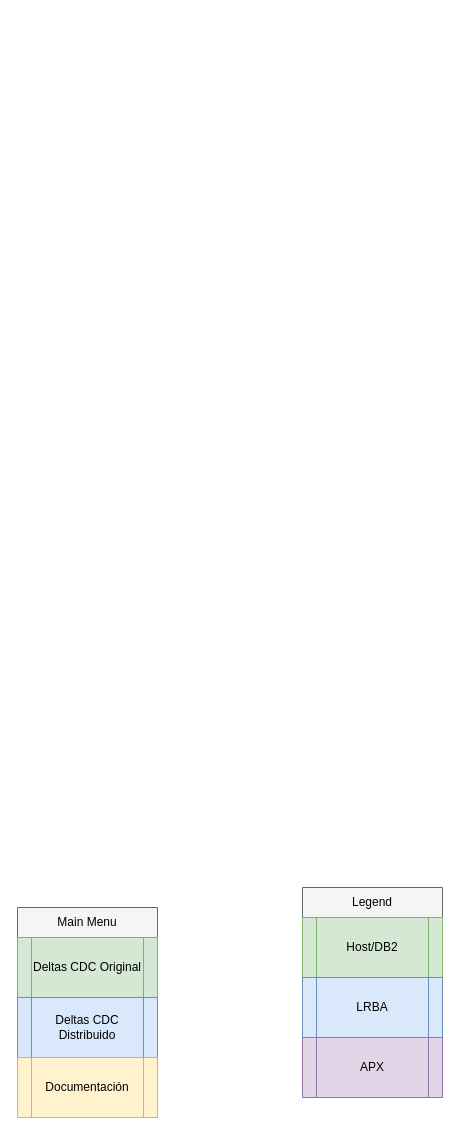
Before: page "Main Menu" (1 of 3) of Geolocalizacion.drawio in AngelUndeveloped/Geolocalizacion_LRBA, a draw.io diagram. Source tidied: cells renumbered, new cells numbered last; positions are measured from the earlier drawing's top-left corner, leaving out a move shared by most shapes. Both pictures are drawn from the tidied source at 100%, with x=0, y=0 at pixel (17, 887).
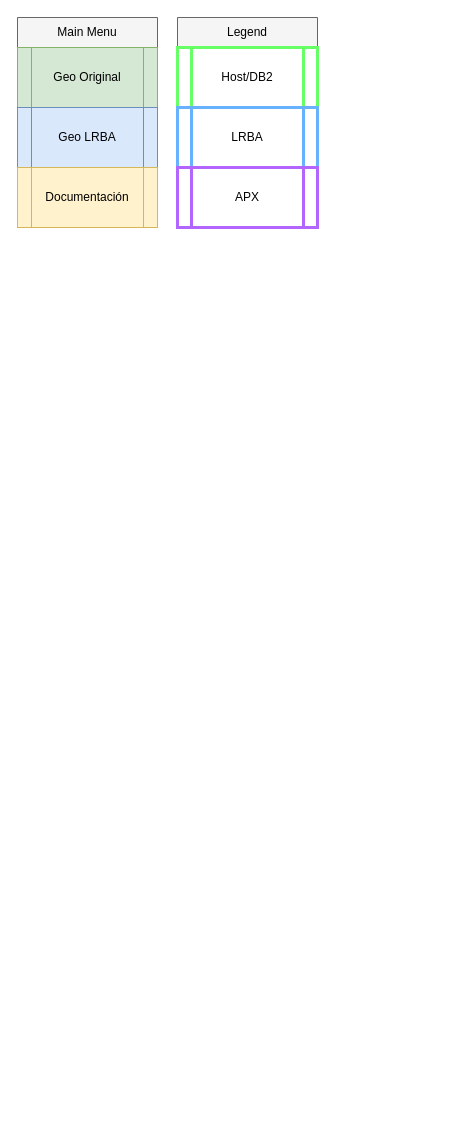
Above is the later version.

Commit message:
modae significant changes to diagram

The edit, as a diff of the source:
```diff
@@
 <mxGraphModel>
   <root>
     <mxCell id="0" />
     <mxCell id="1" parent="0" />
     <mxCell id="2" value="Main Menu" style="swimlane;fontStyle=0;horizontal=1;startSize=30;whiteSpace=wrap;html=1;fillColor=#f5f5f5;strokeColor=#666666;fontColor=#000000;" parent="1" vertex="1">
-      <mxGeometry y="20" width="140" height="210" as="geometry" />
+      <mxGeometry y="-870" width="140" height="210" as="geometry" />
     </mxCell>
-    <mxCell id="3" value="Deltas CDC Original" style="shape=process;whiteSpace=wrap;html=1;backgroundOutline=1;rounded=0;glass=0;shadow=0;fixDash=0;fillColor=#d5e8d4;strokeColor=#82b366;fontColor=#000000;" parent="2" vertex="1">
+    <mxCell id="3" value="Geo Original" style="shape=process;whiteSpace=wrap;html=1;backgroundOutline=1;rounded=0;glass=0;shadow=0;fixDash=0;fillColor=#d5e8d4;strokeColor=#82b366;fontColor=#000000;" parent="2" vertex="1">
       <mxGeometry y="30" width="140" height="60" as="geometry" />
     </mxCell>
-    <mxCell id="4" value="Deltas CDC Distribuido" style="shape=process;whiteSpace=wrap;html=1;backgroundOutline=1;fillColor=#dae8fc;strokeColor=#6c8ebf;fontColor=#000000;" parent="2" vertex="1">
+    <mxCell id="4" value="Geo LRBA" style="shape=process;whiteSpace=wrap;html=1;backgroundOutline=1;fillColor=#dae8fc;strokeColor=#6c8ebf;fontColor=#000000;" parent="2" vertex="1">
       <mxGeometry y="90" width="140" height="60" as="geometry" />
     </mxCell>
     <mxCell id="5" value="Documentación" style="shape=process;whiteSpace=wrap;html=1;backgroundOutline=1;comic=0;enumerate=0;fillColor=#fff2cc;strokeColor=#d6b656;fontColor=#000000;" parent="2" vertex="1">
       <mxGeometry y="150" width="140" height="60" as="geometry" />
     </mxCell>
     <mxCell id="6" value="Legend" style="swimlane;fontStyle=0;horizontal=1;startSize=30;whiteSpace=wrap;html=1;fillColor=#f5f5f5;strokeColor=#666666;fontColor=#000000;" parent="1" vertex="1">
-      <mxGeometry x="285" width="140" height="210" as="geometry" />
+      <mxGeometry x="160" y="-870" width="140" height="210" as="geometry" />
     </mxCell>
-    <mxCell id="7" value="Host/DB2" style="shape=process;whiteSpace=wrap;html=1;backgroundOutline=1;rounded=0;glass=0;shadow=0;fixDash=0;fillColor=#d5e8d4;strokeColor=#82b366;fontColor=#000000;" parent="6" vertex="1">
+    <mxCell id="7" value="Host/DB2" style="shape=process;whiteSpace=wrap;html=1;backgroundOutline=1;rounded=0;glass=0;shadow=0;fixDash=0;fillColor=none;strokeColor=#66FF66;strokeWidth=3;" parent="6" vertex="1">
       <mxGeometry y="30" width="140" height="60" as="geometry" />
     </mxCell>
-    <mxCell id="8" value="LRBA" style="shape=process;whiteSpace=wrap;html=1;backgroundOutline=1;fillColor=#dae8fc;strokeColor=#6c8ebf;fontColor=#000000;" parent="6" vertex="1">
+    <mxCell id="8" value="LRBA" style="shape=process;whiteSpace=wrap;html=1;backgroundOutline=1;fillColor=none;strokeColor=#66B2FF;strokeWidth=3;" parent="6" vertex="1">
       <mxGeometry y="90" width="140" height="60" as="geometry" />
     </mxCell>
-    <mxCell id="9" value="APX" style="shape=process;whiteSpace=wrap;html=1;backgroundOutline=1;comic=0;enumerate=0;fillColor=#e1d5e7;strokeColor=#9673a6;fontColor=#000000;" parent="6" vertex="1">
+    <mxCell id="9" value="APX" style="shape=process;whiteSpace=wrap;html=1;backgroundOutline=1;comic=0;enumerate=0;fillColor=none;strokeColor=#B266FF;strokeWidth=3;" parent="6" vertex="1">
       <mxGeometry y="150" width="140" height="60" as="geometry" />
     </mxCell>
   </root>
 </mxGraphModel>
```
